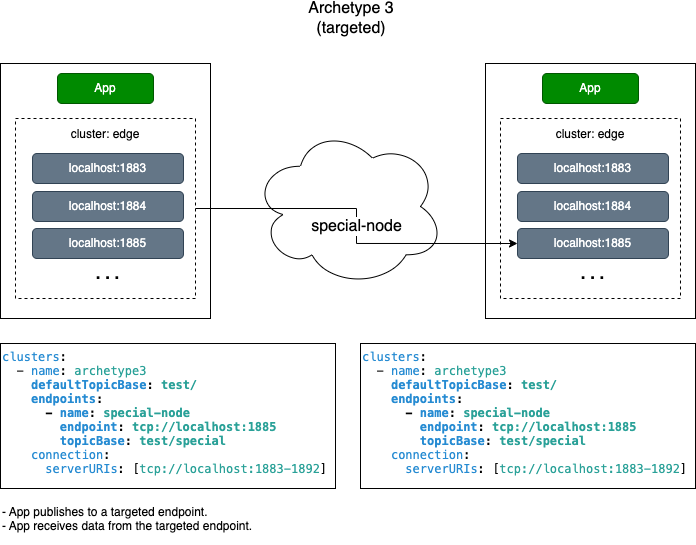
padogrid/bundle-mosquitto-tutorial-virtual-clusters keeps this draw.io diagram as images/mqtt-archetype3.drawio.png. Above is the earlier version. Source tidied: cells renumbered, new cells last; positions are measured from the earlier drawing's top-left corner, leaving out a move shared by most shapes.
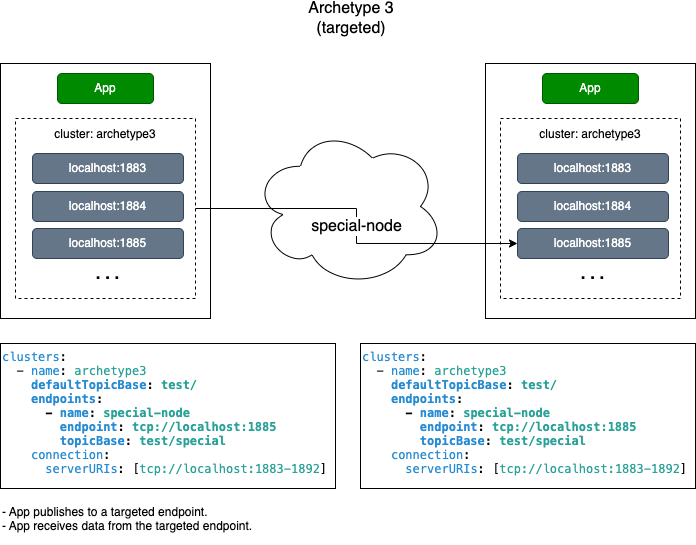
Above is the later version.

The edit, as a diff of the source:
```diff
@@ -11,7 +11,7 @@
     <mxCell id="4" value="App" style="rounded=1;whiteSpace=wrap;html=1;fillColor=#008a00;strokeColor=#005700;fontColor=#ffffff;" parent="2" vertex="1">
       <mxGeometry x="57" y="10" width="96" height="30" as="geometry" />
     </mxCell>
-    <mxCell id="5" value="&lt;font style=&quot;font-size: 12px;&quot;&gt;cluster: edge&lt;/font&gt;" style="rounded=0;whiteSpace=wrap;html=1;fontSize=14;dashed=1;align=center;verticalAlign=top;" parent="2" vertex="1">
+    <mxCell id="5" value="&lt;font style=&quot;font-size: 12px;&quot;&gt;cluster: archetype3&lt;/font&gt;" style="rounded=0;whiteSpace=wrap;html=1;fontSize=14;dashed=1;align=center;verticalAlign=top;" parent="2" vertex="1">
       <mxGeometry x="15" y="55" width="180" height="180" as="geometry" />
     </mxCell>
     <mxCell id="6" value="localhost:1883" style="rounded=1;whiteSpace=wrap;html=1;fillColor=#647687;strokeColor=#314354;fontColor=#ffffff;" parent="2" vertex="1">
@@ -47,7 +47,7 @@
     <mxCell id="16" value="App" style="rounded=1;whiteSpace=wrap;html=1;fillColor=#008a00;strokeColor=#005700;fontColor=#ffffff;" parent="14" vertex="1">
       <mxGeometry x="57" y="10" width="96" height="30" as="geometry" />
     </mxCell>
-    <mxCell id="17" value="&lt;font style=&quot;font-size: 12px;&quot;&gt;cluster: edge&lt;/font&gt;" style="rounded=0;whiteSpace=wrap;html=1;fontSize=14;dashed=1;align=center;verticalAlign=top;" parent="14" vertex="1">
+    <mxCell id="17" value="&lt;font style=&quot;font-size: 12px;&quot;&gt;cluster: archetype3&lt;/font&gt;" style="rounded=0;whiteSpace=wrap;html=1;fontSize=14;dashed=1;align=center;verticalAlign=top;" parent="14" vertex="1">
       <mxGeometry x="15" y="55" width="180" height="180" as="geometry" />
     </mxCell>
     <mxCell id="18" value="localhost:1883" style="rounded=1;whiteSpace=wrap;html=1;fillColor=#647687;strokeColor=#314354;fontColor=#ffffff;" parent="14" vertex="1">
```
